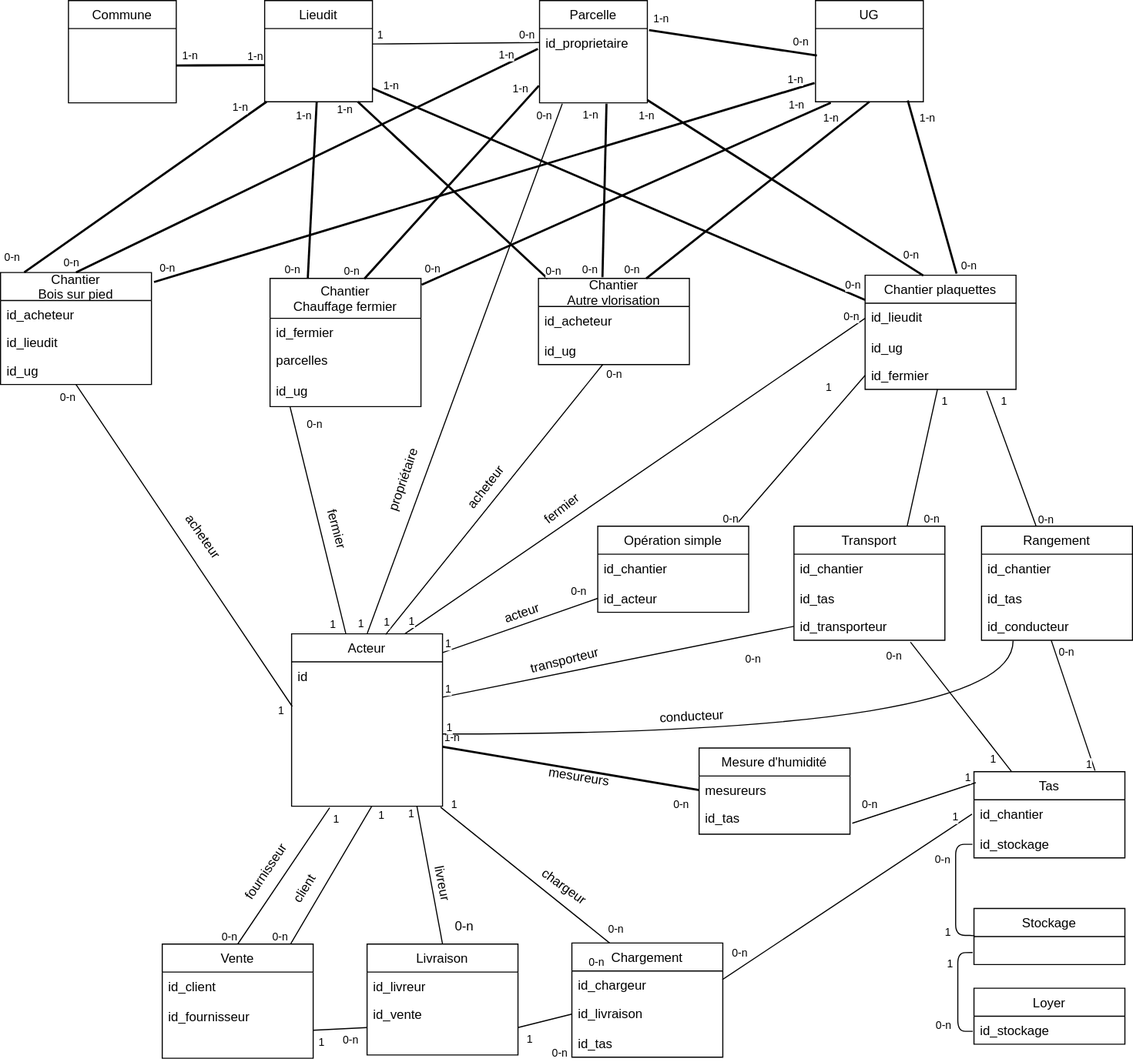
bdlarzac/chantiers keeps this draw.io diagram as docs/mcd-bdl.svg. Above is the earlier version. Source tidied: cells renumbered, new cells last; positions are measured from the earlier drawing's top-left corner, leaving out a move shared by most shapes.
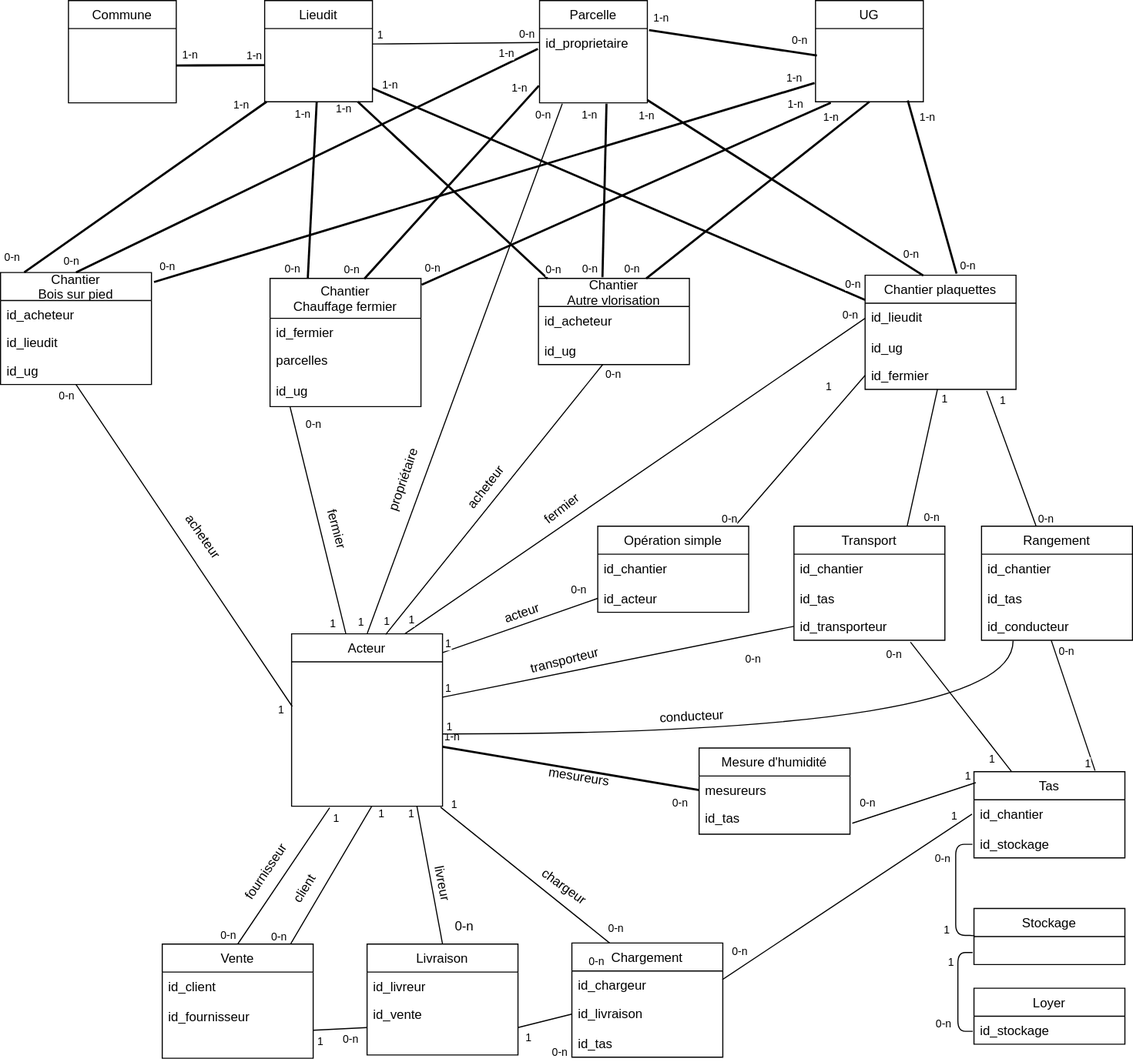
After the change.

The edit, as a diff of the source:
```diff
@@ -17,20 +17,21 @@
     <mxCell id="6" value="Acteur" style="swimlane;fontStyle=0;horizontal=1;startSize=26;fillColor=none;" parent="1" vertex="1">
       <mxGeometry x="270" y="588" width="140" height="160" as="geometry" />
     </mxCell>
-    <mxCell id="7" value="id" style="text;strokeColor=none;fillColor=none;align=left;verticalAlign=top;spacingLeft=4;spacingRight=4;overflow=hidden;points=[[0,0.5],[1,0.5]];portConstraint=eastwest;" parent="6" vertex="1">
-      <mxGeometry y="26" width="140" height="134" as="geometry" />
-    </mxCell>
     <mxCell id="8" value="0-n" style="text;html=1;align=center;verticalAlign=middle;" parent="1" vertex="1">
       <mxGeometry x="415" y="850" width="30" height="20" as="geometry" />
     </mxCell>
-    <mxCell id="9" style="endArrow=none;html=1;rounded=0;exitX=1.002;exitY=0.244;exitDx=0;exitDy=0;exitPerimeter=0;entryX=0;entryY=0.5;entryDx=0;entryDy=0;" parent="1" edge="1" source="7" target="174">
-      <mxGeometry relative="1" as="geometry" />
+    <mxCell id="9" style="endArrow=none;html=1;rounded=0;exitX=1.002;exitY=0.244;exitDx=0;exitDy=0;exitPerimeter=0;entryX=0;entryY=0.5;entryDx=0;entryDy=0;" parent="1" edge="1" target="174">
+      <mxGeometry relative="1" as="geometry">
+        <mxPoint x="410.3" y="646.7" as="sourcePoint" />
+      </mxGeometry>
     </mxCell>
     <mxCell id="10" value="0-n" style="text;html=1;align=center;verticalAlign=middle;fontSize=10;" parent="1" vertex="1">
       <mxGeometry x="685" y="603" width="25" height="16" as="geometry" />
     </mxCell>
-    <mxCell id="11" style="endArrow=none;html=1;rounded=0;entryX=0.5;entryY=0;entryDx=0;entryDy=0;exitX=0.83;exitY=0.999;exitDx=0;exitDy=0;exitPerimeter=0;" parent="1" edge="1" source="7" target="110">
-      <mxGeometry relative="1" as="geometry" />
+    <mxCell id="11" style="endArrow=none;html=1;rounded=0;entryX=0.5;entryY=0;entryDx=0;entryDy=0;exitX=0.83;exitY=0.999;exitDx=0;exitDy=0;exitPerimeter=0;" parent="1" edge="1" target="110">
+      <mxGeometry relative="1" as="geometry">
+        <mxPoint x="386.2" y="747.9" as="sourcePoint" />
+      </mxGeometry>
     </mxCell>
     <mxCell id="12" value="1" style="text;html=1;align=center;verticalAlign=middle;fontSize=10;" parent="1" vertex="1">
       <mxGeometry x="373" y="747" width="15" height="16" as="geometry" />
@@ -126,8 +127,10 @@
         <mxPoint x="17" y="17.1" as="offset" />
       </mxGeometry>
     </mxCell>
-    <mxCell id="31" style="endArrow=none;html=1;entryX=0.5;entryY=1;entryDx=0;entryDy=0;exitX=0.004;exitY=0.309;exitDx=0;exitDy=0;exitPerimeter=0;" parent="1" edge="1" source="7" target="49">
-      <mxGeometry relative="1" as="geometry" />
+    <mxCell id="31" style="endArrow=none;html=1;entryX=0.5;entryY=1;entryDx=0;entryDy=0;exitX=0.004;exitY=0.309;exitDx=0;exitDy=0;exitPerimeter=0;" parent="1" edge="1" target="49">
+      <mxGeometry relative="1" as="geometry">
+        <mxPoint x="270.6" y="655.4" as="sourcePoint" />
+      </mxGeometry>
     </mxCell>
     <mxCell id="32" value="1" style="html=1;align=left;verticalAlign=bottom;labelBackgroundColor=#ffffff;fontSize=10;" parent="31" vertex="1">
       <mxGeometry x="-1" relative="1" as="geometry">
@@ -251,8 +254,10 @@
         <mxPoint x="-10.3" y="9.8" as="offset" />
       </mxGeometry>
     </mxCell>
-    <mxCell id="59" style="endArrow=none;html=1;strokeWidth=2;entryX=0;entryY=0.5;entryDx=0;entryDy=0;" parent="1" edge="1" source="7" target="182">
-      <mxGeometry relative="1" as="geometry" />
+    <mxCell id="59" style="endArrow=none;html=1;strokeWidth=2;entryX=0;entryY=0.5;entryDx=0;entryDy=0;" parent="1" edge="1" target="182">
+      <mxGeometry relative="1" as="geometry">
+        <mxPoint x="410" y="692.8" as="sourcePoint" />
+      </mxGeometry>
     </mxCell>
     <mxCell id="60" value="1-n" style="html=1;align=left;verticalAlign=bottom;labelBackgroundColor=#ffffff;fontSize=10;" parent="59" vertex="1">
       <mxGeometry x="-1" relative="1" as="geometry">
@@ -370,8 +375,10 @@
         <mxPoint x="10.3" y="18" as="offset" />
       </mxGeometry>
     </mxCell>
-    <mxCell id="86" style="endArrow=none;html=1;strokeWidth=1;exitX=0.25;exitY=0;exitDx=0;exitDy=0;entryX=0.987;entryY=1.007;entryDx=0;entryDy=0;entryPerimeter=0;" parent="1" edge="1" source="106" target="7">
-      <mxGeometry relative="1" as="geometry" />
+    <mxCell id="86" style="endArrow=none;html=1;strokeWidth=1;exitX=0.25;exitY=0;exitDx=0;exitDy=0;entryX=0.987;entryY=1.007;entryDx=0;entryDy=0;entryPerimeter=0;" parent="1" edge="1" source="106">
+      <mxGeometry relative="1" as="geometry">
+        <mxPoint x="408.2" y="748.9" as="targetPoint" />
+      </mxGeometry>
     </mxCell>
     <mxCell id="87" value="0-n" style="html=1;align=left;verticalAlign=bottom;labelBackgroundColor=#ffffff;fontSize=10;" parent="86" vertex="1">
       <mxGeometry x="-1" relative="1" as="geometry">
@@ -383,8 +390,10 @@
         <mxPoint x="15.8" y="5" as="offset" />
       </mxGeometry>
     </mxCell>
-    <mxCell id="89" style="endArrow=none;html=1;strokeWidth=1;entryX=0.5;entryY=0;entryDx=0;entryDy=0;exitX=0.252;exitY=1.011;exitDx=0;exitDy=0;exitPerimeter=0;" parent="1" edge="1" source="7" target="113">
-      <mxGeometry relative="1" as="geometry" />
+    <mxCell id="89" style="endArrow=none;html=1;strokeWidth=1;entryX=0.5;entryY=0;entryDx=0;entryDy=0;exitX=0.252;exitY=1.011;exitDx=0;exitDy=0;exitPerimeter=0;" parent="1" edge="1" target="113">
+      <mxGeometry relative="1" as="geometry">
+        <mxPoint x="305.3" y="749.5" as="sourcePoint" />
+      </mxGeometry>
     </mxCell>
     <mxCell id="90" value="1" style="html=1;align=left;verticalAlign=bottom;labelBackgroundColor=#ffffff;fontSize=10;" parent="89" vertex="1">
       <mxGeometry x="-1" relative="1" as="geometry">
@@ -396,15 +405,18 @@
         <mxPoint x="-1" as="offset" />
       </mxGeometry>
     </mxCell>
-    <mxCell id="92" style="endArrow=none;html=1;strokeWidth=1;exitX=1;exitY=0.5;exitDx=0;exitDy=0;entryX=0.209;entryY=1.022;entryDx=0;entryDy=0;edgeStyle=orthogonalEdgeStyle;curved=1;entryPerimeter=0;" parent="1" edge="1" source="7" target="105">
+    <mxCell id="92" style="endArrow=none;html=1;strokeWidth=1;exitX=1;exitY=0.5;exitDx=0;exitDy=0;entryX=0.209;entryY=1.022;entryDx=0;entryDy=0;edgeStyle=orthogonalEdgeStyle;curved=1;entryPerimeter=0;" parent="1" edge="1" target="105">
       <mxGeometry relative="1" as="geometry">
+        <mxPoint x="410" y="681" as="sourcePoint" />
         <Array as="points">
           <mxPoint x="939" y="681" />
         </Array>
       </mxGeometry>
     </mxCell>
-    <mxCell id="93" style="endArrow=none;html=1;strokeWidth=1;entryX=0.852;entryY=-0.004;entryDx=0;entryDy=0;exitX=0.532;exitY=0.999;exitDx=0;exitDy=0;exitPerimeter=0;entryPerimeter=0;" parent="1" edge="1" source="7" target="113">
-      <mxGeometry relative="1" as="geometry" />
+    <mxCell id="93" style="endArrow=none;html=1;strokeWidth=1;entryX=0.852;entryY=-0.004;entryDx=0;entryDy=0;exitX=0.532;exitY=0.999;exitDx=0;exitDy=0;exitPerimeter=0;entryPerimeter=0;" parent="1" edge="1" target="113">
+      <mxGeometry relative="1" as="geometry">
+        <mxPoint x="344.5" y="747.9" as="sourcePoint" />
+      </mxGeometry>
     </mxCell>
     <mxCell id="94" value="1" style="html=1;align=left;verticalAlign=bottom;labelBackgroundColor=#ffffff;fontSize=10;" parent="93" vertex="1">
       <mxGeometry x="-1" relative="1" as="geometry">
```
